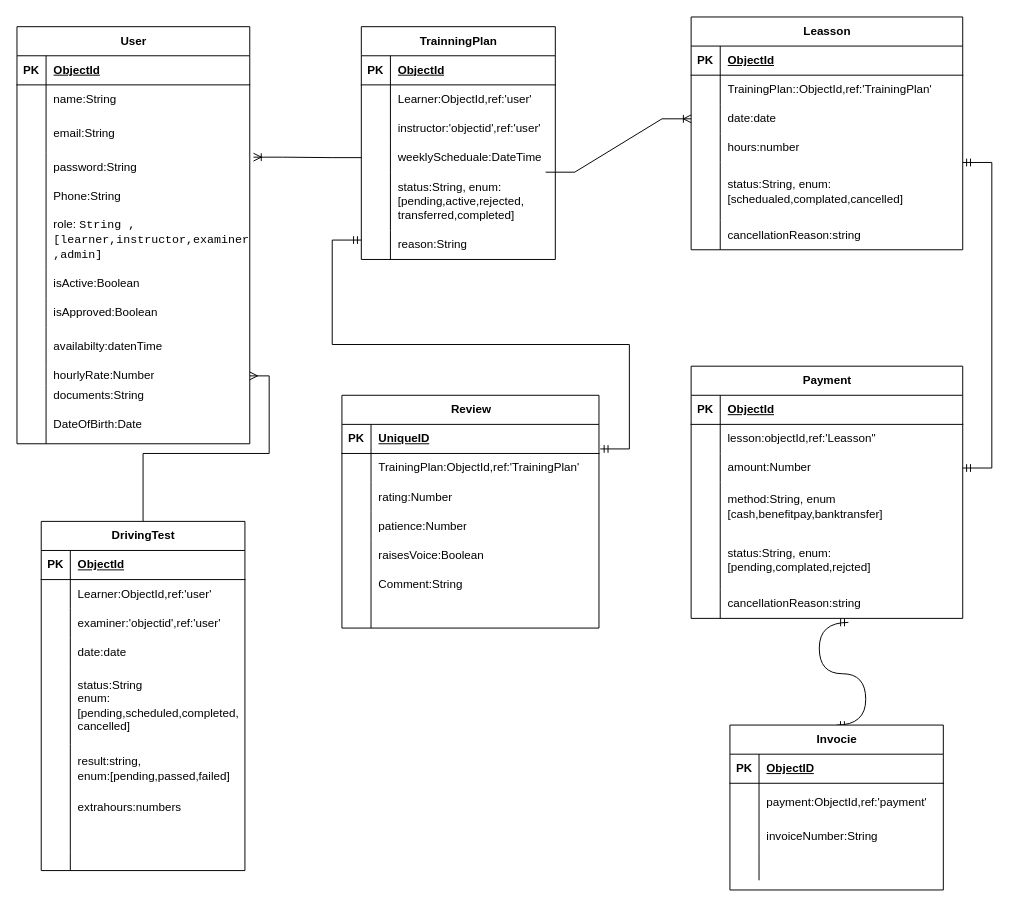
Earlier version of the draw.io diagram ERD/Darbi.drawio (Mohamed-ABannai/Darbi-Backend). Source tidied: cells renumbered, new cells numbered last; positions are measured from the earlier drawing's top-left corner, leaving out a move shared by most shapes. Both pictures are drawn from the tidied source at 97%, with x=0, y=0 at pixel (16, 16).
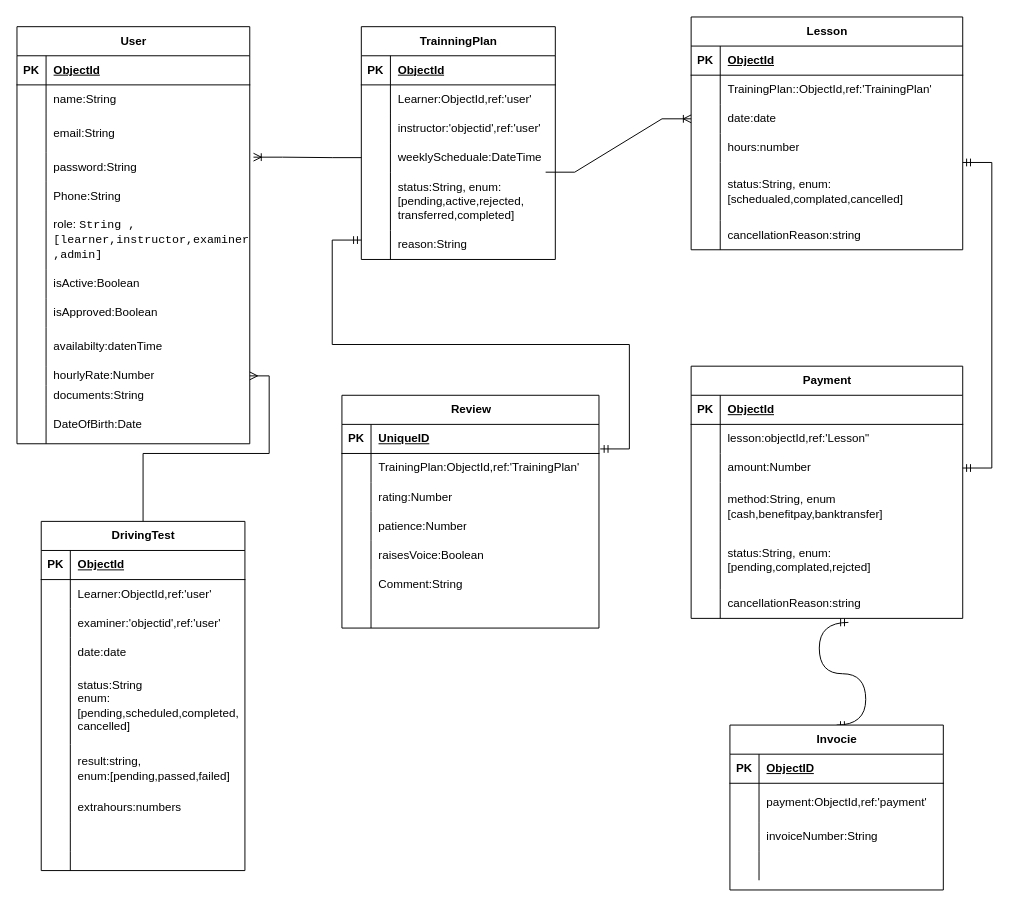
The same diagram, later.

Unchanged cells that the change refers to:
```xml
<mxCell id="134" style="shape=tableRow;horizontal=0;startSize=0;swimlaneHead=0;swimlaneBody=0;fillColor=none;top=0;left=0;right=0;bottom=0;" parent="130" vertex="1">
  <mxGeometry y="60" width="280" height="30" as="geometry" />
</mxCell>
```

Diff of the diagram source:
```diff
@@
-    <mxCell id="110" value="Leasson" style="shape=table;startSize=30;childLayout=tableLayout;rowLines=0;fontStyle=1;align=center;html=1;" parent="1" vertex="1">
+    <mxCell id="110" value="Lesson" style="shape=table;startSize=30;childLayout=tableLayout;rowLines=0;fontStyle=1;align=center;html=1;" parent="1" vertex="1">
       <mxGeometry x="695" width="280" height="240" as="geometry" />
     </mxCell>
@@
-    <mxCell id="136" value="lesson:objectId,ref:'Leasson&quot;" style="shape=partialRectangle;fillColor=none;top=0;left=0;bottom=0;right=0;align=left;spacingLeft=6;overflow=hidden;whiteSpace=wrap;html=1;" parent="134" vertex="1">
+    <mxCell id="136" value="lesson:objectId,ref:'Lesson&quot;" style="shape=partialRectangle;fillColor=none;top=0;left=0;bottom=0;right=0;align=left;spacingLeft=6;overflow=hidden;whiteSpace=wrap;html=1;" parent="134" vertex="1">
       <mxGeometry x="30" width="250" height="30" as="geometry" />
     </mxCell>
```
